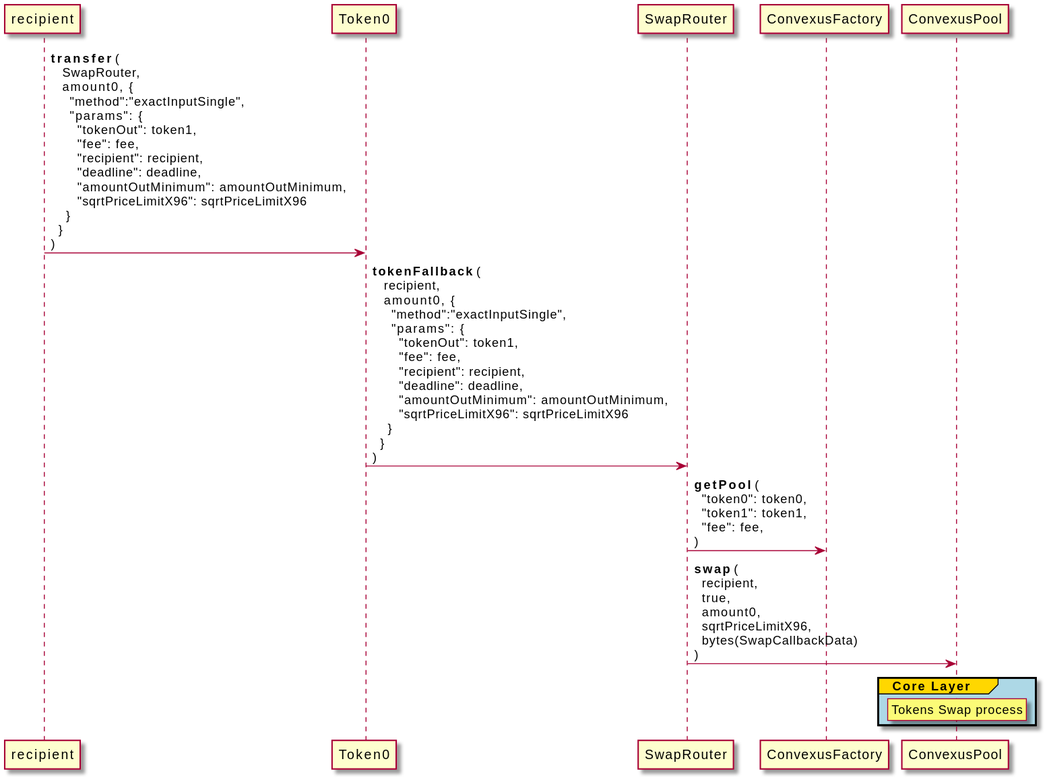
Before: Convexus-Periphery/Contracts/SwapRouter/docs/uml/exactInputSingle.svg, a diagram exported from PlantUML (Convexus-Protocol/AMM-SCORE).
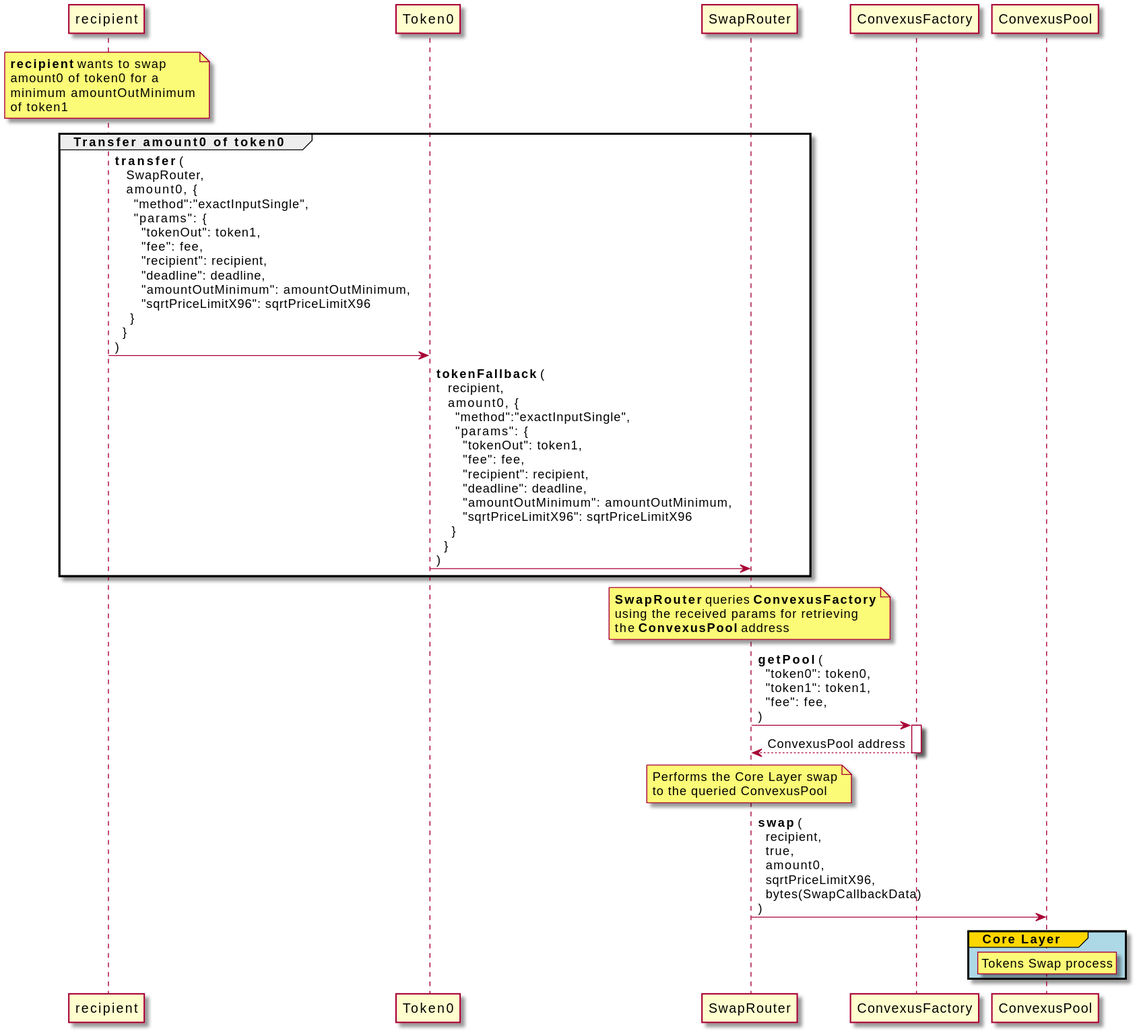
After the commit.

What changed in the source:
```diff
@@ -1,9 +1,33 @@
 @startuml
+note over recipient
+**recipient** wants to swap
+amount0 of token0 for a
+minimum amountOutMinimum
+of token1
+end note
+
+group Transfer amount0 of token0
+
 recipient -> Token0 : **transfer** ( \n   SwapRouter, \n   amount0, { \n     "method":"exactInputSingle", \n     "params": {\n       "tokenOut": token1, \n       "fee": fee, \n       "recipient": recipient, \n       "deadline": deadline, \n       "amountOutMinimum": amountOutMinimum, \n       "sqrtPriceLimitX96": sqrtPriceLimitX96 \n    } \n  } \n)
 
 Token0 -> SwapRouter : **tokenFallback** ( \n   recipient, \n   amount0, { \n     "method":"exactInputSingle", \n     "params": {\n       "tokenOut": token1, \n       "fee": fee, \n       "recipient": recipient, \n       "deadline": deadline, \n       "amountOutMinimum": amountOutMinimum, \n       "sqrtPriceLimitX96": sqrtPriceLimitX96 \n    } \n  } \n)
 
+end group
+
+note over SwapRouter
+**SwapRouter** queries **ConvexusFactory**
+using the received params for retrieving
+the **ConvexusPool** address
+end note
+
 SwapRouter -> ConvexusFactory : **getPool** ( \n  "token0": token0, \n  "token1": token1, \n  "fee": fee, \n)
+activate ConvexusFactory
+return ConvexusPool address
+
+note over SwapRouter
+Performs the Core Layer swap
+to the queried ConvexusPool
+end note
 
 SwapRouter -> ConvexusPool : **swap** ( \n  recipient, \n  true, \n  amount0, \n  sqrtPriceLimitX96, \n  bytes(SwapCallbackData) \n)
 
```
